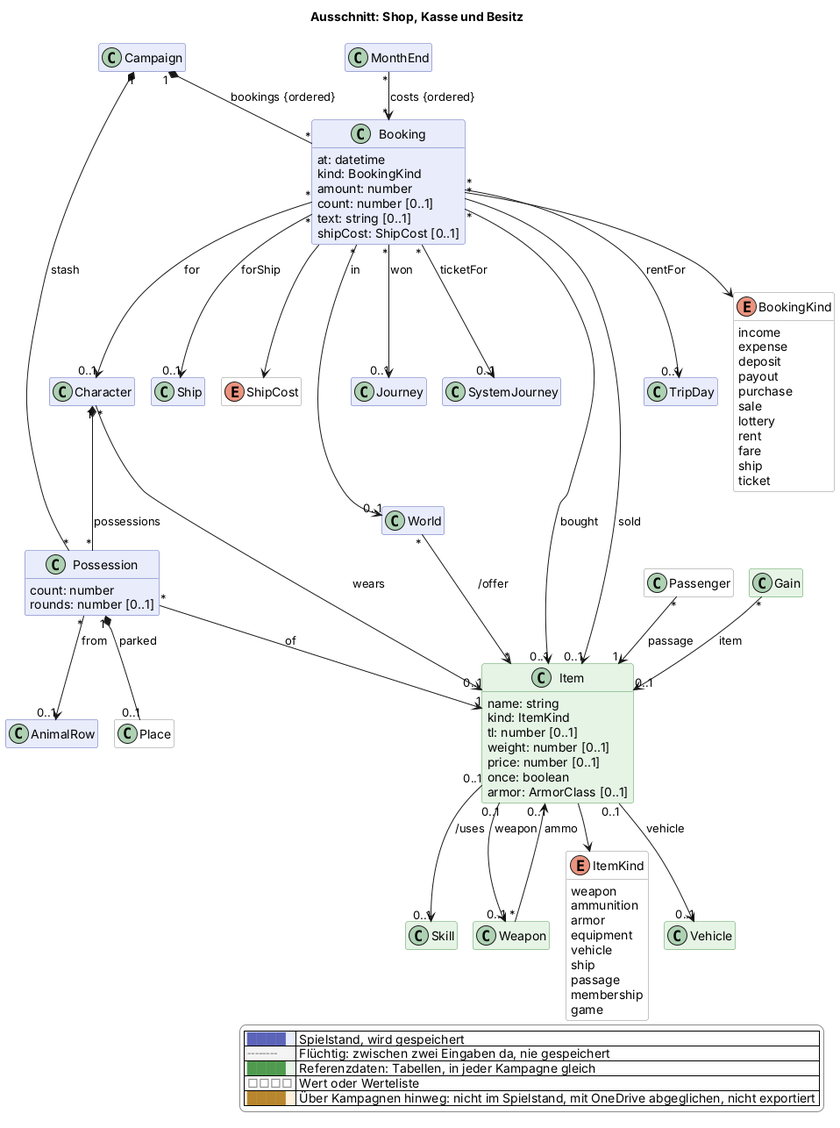
The PlantUML diagram docs/views/shop.png in scuzzar/SRE, before a commit.
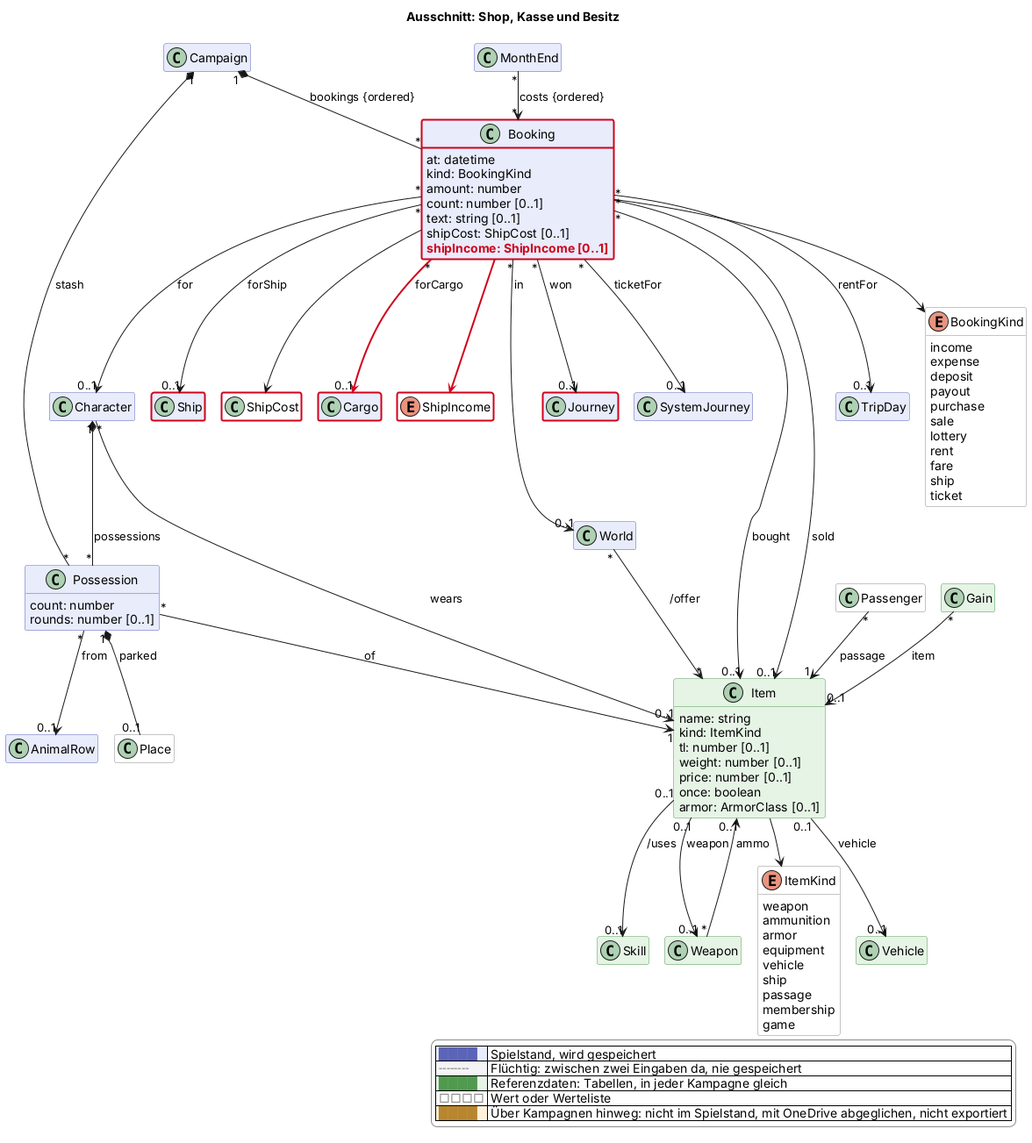
Later version of the same file.

The edit, as a diff of the source:
```diff
@@ -77,6 +77,7 @@
     count: number [0..1]
     text: string [0..1]
     shipCost: ShipCost [0..1]
+    $new("2026-11-27", "shipIncome: ShipIncome [0..1]")
   }
   enum BookingKind <<value>> $shop {
     income
@@ -99,6 +100,9 @@
 
   class Ship $schiffe
   enum ShipCost <<value>> $schiffe
+
+  class Cargo $handel $newClass("2026-11-27")
+  enum ShipIncome <<value>> $handel $newClass("2026-11-27")
 
 
 
@@ -149,6 +153,9 @@
 
 Booking "*" --> "0..1" Ship : forShip
 
+Booking "*" -$newArrow("2026-11-27")-> "0..1" Cargo : forCargo
+Booking -$newArrow("2026-11-27")-> ShipIncome
+
 
 Passenger "*" --> "1" Item : passage
 MonthEnd "*" --> "*" Booking : costs {ordered}
@@ -188,4 +195,8 @@
   |<#ffffff> <color:#8a8a8a>□□□□</color> | Wert oder Werteliste |
   |<#fdf1dc> <color:#b8862e>████</color> | Über Kampagnen hinweg: nicht im Spielstand, mit OneDrive abgeglichen, nicht exportiert |
 endlegend
+class Booking #line:d0021b;line.bold
+class Ship #line:d0021b;line.bold
+class ShipCost #line:d0021b;line.bold
+class Journey #line:d0021b;line.bold
 @enduml
```
